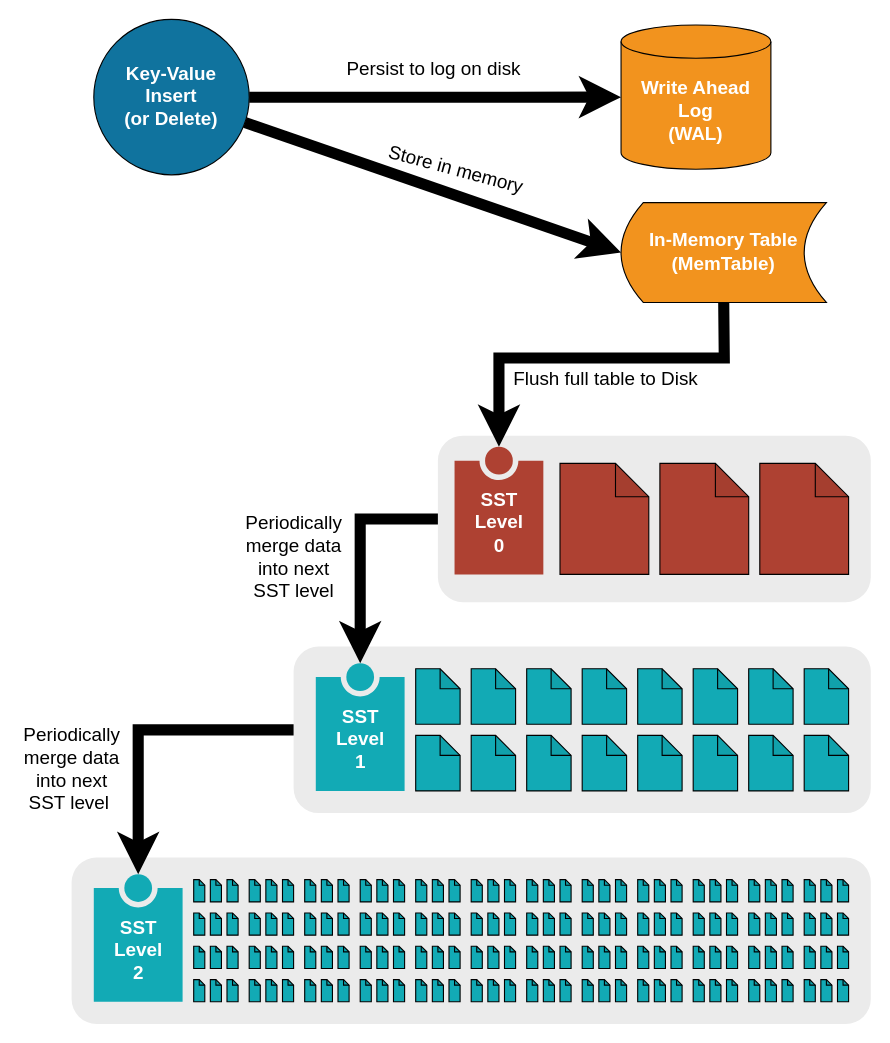
Before: page "Overview" (2 of 8) of docs/lsm.drawio in justinethier/keyva, a draw.io diagram. Source tidied: cells renumbered, new cells numbered last; positions are measured from the earlier drawing's top-left corner, leaving out a move shared by most shapes. Both pictures are drawn from the tidied source at 111%, with x=0, y=0 at pixel (71, 19).
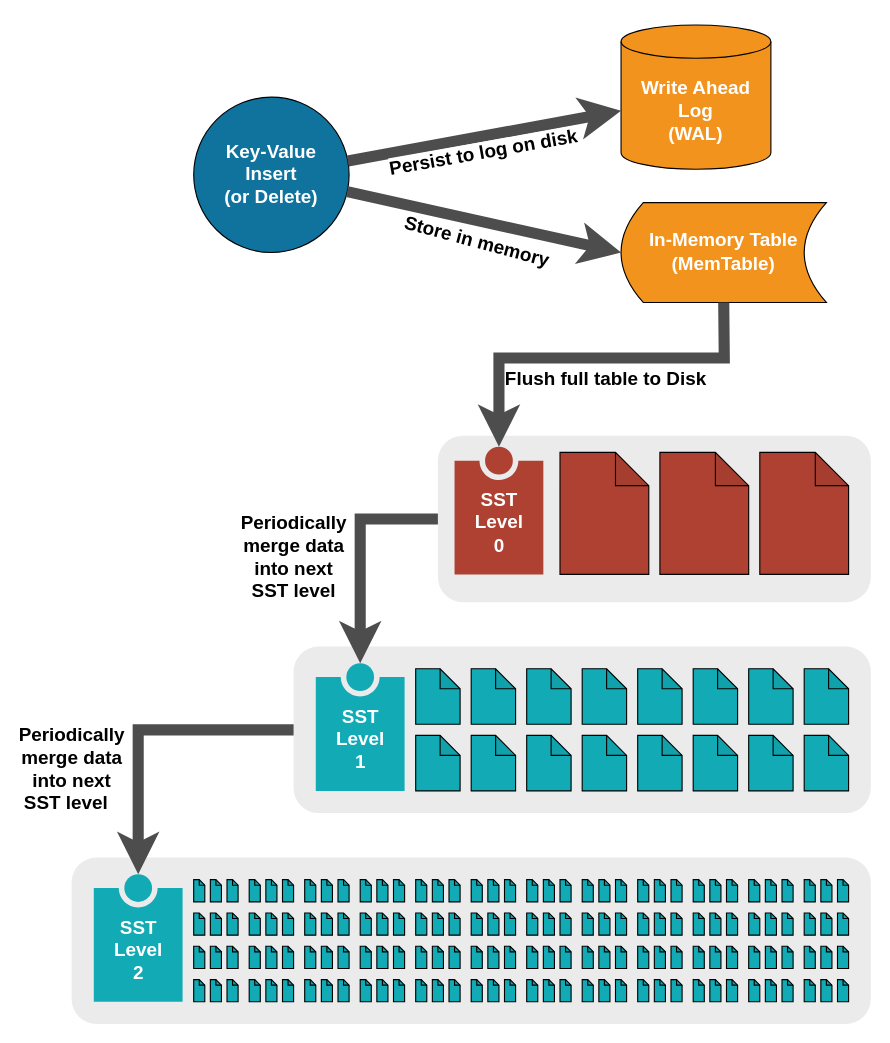
After the change.

Unchanged cells that the change refers to:
```xml
<mxCell id="3" style="rounded=1;whiteSpace=wrap;html=1;fillColor=#EBEBEB;dashed=1;strokeColor=none;" parent="1" vertex="1">
  <mxGeometry x="200" y="565" width="520" height="150" as="geometry" />
</mxCell>
<mxCell id="4" style="rounded=1;whiteSpace=wrap;html=1;fillColor=#EBEBEB;dashed=1;strokeWidth=5;strokeColor=none;" parent="1" vertex="1">
  <mxGeometry x="330" y="375" width="390" height="150" as="geometry" />
</mxCell>
<mxCell id="5" value="Write Ahead Log&lt;br style=&quot;font-size: 17px;&quot;&gt;(WAL)" style="shape=cylinder3;whiteSpace=wrap;html=1;boundedLbl=1;backgroundOutline=1;size=15;fillColor=#F2931E;fontColor=#FFFFFF;fontSize=17;fontStyle=1;" parent="1" vertex="1">
  <mxGeometry x="495" y="5" width="135" height="130" as="geometry" />
</mxCell>
<mxCell id="6" value="In-Memory Table&lt;br style=&quot;font-size: 17px;&quot;&gt;(MemTable)" style="shape=dataStorage;whiteSpace=wrap;html=1;fixedSize=1;fillColor=#F2931E;fontColor=#FFFFFF;fontSize=17;fontStyle=1;" parent="1" vertex="1">
  <mxGeometry x="495" y="165" width="185" height="90" as="geometry" />
</mxCell>
<mxCell id="152" value="&lt;div&gt;SST&lt;/div&gt;&lt;div&gt;Level&lt;/div&gt;&lt;div&gt;0&lt;br&gt;&lt;/div&gt;" style="verticalLabelPosition=middle;verticalAlign=top;html=1;shape=mxgraph.infographic.numberedEntryVert;dy=25;fillColor=#AE4132;strokeColor=none;fontSize=17;fontColor=#FFFFFF;align=center;labelPosition=center;spacingTop=32;fontStyle=1;" parent="1" vertex="1">
  <mxGeometry x="345" y="385" width="80" height="115" as="geometry" />
</mxCell>
<mxCell id="153" value="&lt;div&gt;SST&lt;/div&gt;&lt;div&gt;Level&lt;/div&gt;1" style="verticalLabelPosition=middle;verticalAlign=top;html=1;shape=mxgraph.infographic.numberedEntryVert;dy=25;fillColor=#12AAB5;strokeColor=none;fontSize=17;fontColor=#FFFFFF;align=center;labelPosition=center;spacingTop=32;fontStyle=1;" parent="1" vertex="1">
  <mxGeometry x="220" y="580" width="80" height="115" as="geometry" />
</mxCell>
<mxCell id="154" value="&lt;div&gt;SST&lt;/div&gt;&lt;div&gt;Level&lt;/div&gt;2" style="verticalLabelPosition=middle;verticalAlign=top;html=1;shape=mxgraph.infographic.numberedEntryVert;dy=25;fillColor=#12AAB5;strokeColor=none;fontSize=17;fontColor=#FFFFFF;align=center;labelPosition=center;spacingTop=32;fontStyle=1;" parent="1" vertex="1">
  <mxGeometry x="20" y="770" width="80" height="115" as="geometry" />
</mxCell>
```

Diff of the diagram source:
```diff
@@
     <mxCell id="7" value="&lt;div style=&quot;font-size: 17px;&quot;&gt;Key-Value&lt;/div&gt;&lt;div style=&quot;font-size: 17px;&quot;&gt;Insert&lt;/div&gt;&lt;div style=&quot;font-size: 17px;&quot;&gt;(or Delete)&lt;br style=&quot;font-size: 17px;&quot;&gt;&lt;/div&gt;" style="ellipse;whiteSpace=wrap;html=1;fillColor=#10739E;fontColor=#FFFFFF;fontSize=17;fontStyle=1;" parent="1" vertex="1">
-      <mxGeometry x="20" width="140" height="140" as="geometry" />
+      <mxGeometry x="110" y="70" width="140" height="140" as="geometry" />
     </mxCell>
     <mxCell id="8" style="shape=note;whiteSpace=wrap;html=1;backgroundOutline=1;darkOpacity=0.05;fillColor=#AE4132;" parent="1" vertex="1">
-      <mxGeometry x="620" y="400" width="80" height="100" as="geometry" />
+      <mxGeometry x="620" y="390" width="80" height="110" as="geometry" />
     </mxCell>
     <mxCell id="9" style="shape=note;whiteSpace=wrap;html=1;backgroundOutline=1;darkOpacity=0.05;fillColor=#AE4132;" parent="1" vertex="1">
-      <mxGeometry x="530" y="400" width="80" height="100" as="geometry" />
+      <mxGeometry x="530" y="390" width="80" height="110" as="geometry" />
     </mxCell>
     <mxCell id="10" value="&lt;div style=&quot;font-size: 12px&quot;&gt;&lt;br&gt;&lt;/div&gt;" style="shape=note;whiteSpace=wrap;html=1;backgroundOutline=1;darkOpacity=0.05;fillColor=#AE4132;fontColor=#FFFFFF;fontSize=12;fontStyle=1;" parent="1" vertex="1">
-      <mxGeometry x="440" y="400" width="80" height="100" as="geometry" />
+      <mxGeometry x="440" y="390" width="80" height="110" as="geometry" />
     </mxCell>
@@
-    <mxCell id="12" style="endArrow=classic;html=1;rounded=0;strokeWidth=10;" parent="1" edge="1" source="7" target="5">
+    <mxCell id="12" style="endArrow=classic;html=1;rounded=0;strokeWidth=10;strokeColor=#4D4D4D;" parent="1" edge="1" source="7" target="5">
       <mxGeometry relative="1" as="geometry" />
     </mxCell>
-    <mxCell id="13" value="&lt;div&gt;Persist to log on disk&lt;/div&gt;" style="edgeLabel;html=1;align=center;verticalAlign=middle;fontSize=17;" parent="12" vertex="1">
+    <mxCell id="13" value="&lt;div&gt;Persist to log on disk&lt;/div&gt;" style="edgeLabel;html=1;align=center;verticalAlign=middle;fontSize=17;rotation=-10;fontStyle=1;" parent="12" vertex="1">
       <mxGeometry x="-0.32" y="-3" relative="1" as="geometry">
-        <mxPoint x="51" y="-28" as="offset" />
+        <mxPoint x="37" y="5" as="offset" />
       </mxGeometry>
     </mxCell>
-    <mxCell id="14" style="endArrow=classic;html=1;rounded=0;strokeWidth=10;entryX=0;entryY=0.5;entryDx=0;entryDy=0;" parent="1" edge="1" source="7" target="6">
+    <mxCell id="14" style="endArrow=classic;html=1;rounded=0;strokeWidth=10;entryX=0;entryY=0.5;entryDx=0;entryDy=0;strokeColor=#4D4D4D;" parent="1" edge="1" source="7" target="6">
       <mxGeometry relative="1" as="geometry" />
     </mxCell>
-    <mxCell id="15" value="Store in memory" style="edgeLabel;html=1;align=center;verticalAlign=middle;fontSize=17;rotation=15;" parent="14" vertex="1">
+    <mxCell id="15" value="Store in memory" style="edgeLabel;html=1;align=center;verticalAlign=middle;fontSize=17;rotation=15;fontStyle=1;" parent="14" vertex="1">
       <mxGeometry x="-0.16" y="-1" relative="1" as="geometry">
-        <mxPoint x="47" y="-8" as="offset" />
+        <mxPoint x="13" y="21" as="offset" />
       </mxGeometry>
     </mxCell>
-    <mxCell id="16" value="Flush full table to Disk" style="endArrow=classic;html=1;rounded=0;strokeWidth=10;exitX=0.5;exitY=1;exitDx=0;exitDy=0;entryX=0.5;entryY=0;entryDx=0;entryDy=0;entryPerimeter=0;fontSize=17;" parent="1" edge="1" source="6" target="152">
+    <mxCell id="16" value="Flush full table to Disk" style="endArrow=classic;html=1;rounded=0;strokeWidth=10;exitX=0.5;exitY=1;exitDx=0;exitDy=0;entryX=0.5;entryY=0;entryDx=0;entryDy=0;entryPerimeter=0;fontSize=17;strokeColor=#4D4D4D;fontStyle=1;" parent="1" edge="1" source="6" target="152">
       <mxGeometry x="-0.06" y="20" relative="1" as="geometry">
         <Array as="points">
           <mxPoint x="588" y="305" />
           <mxPoint x="385" y="305" />
         </Array>
       </mxGeometry>
     </mxCell>
@@
-    <mxCell id="179" value="&lt;div&gt;Periodically&lt;/div&gt;&lt;div&gt;merge data&lt;/div&gt;&lt;div&gt;into next&lt;/div&gt;&lt;div&gt;SST level&lt;/div&gt;" style="endArrow=classic;html=1;rounded=0;strokeWidth=10;exitX=0;exitY=0.5;exitDx=0;exitDy=0;fontSize=17;" parent="1" edge="1" source="4" target="153">
+    <mxCell id="179" value="&lt;div&gt;Periodically&lt;/div&gt;&lt;div&gt;merge data&lt;/div&gt;&lt;div&gt;into next&lt;/div&gt;&lt;div&gt;SST level&lt;/div&gt;" style="endArrow=classic;html=1;rounded=0;strokeWidth=10;exitX=0;exitY=0.5;exitDx=0;exitDy=0;fontSize=17;strokeColor=#4D4D4D;fontStyle=1;" parent="1" edge="1" source="4" target="153">
       <mxGeometry x="0.05" y="-60" relative="1" as="geometry">
         <Array as="points">
           <mxPoint x="260" y="450" />
         </Array>
       </mxGeometry>
     </mxCell>
-    <mxCell id="180" value="&lt;div&gt;Periodically &lt;br&gt;&lt;/div&gt;&lt;div&gt;merge data&lt;/div&gt;&lt;div&gt;into next&lt;/div&gt;&lt;div align=&quot;justify&quot;&gt;&amp;nbsp;SST level&lt;/div&gt;" style="endArrow=classic;html=1;rounded=0;strokeWidth=10;exitX=0;exitY=0.5;exitDx=0;exitDy=0;fontSize=17;entryX=0.5;entryY=0;entryDx=0;entryDy=0;entryPerimeter=0;" parent="1" edge="1" source="3" target="154">
+    <mxCell id="180" value="&lt;div&gt;Periodically &lt;br&gt;&lt;/div&gt;&lt;div&gt;merge data&lt;/div&gt;&lt;div&gt;into next&lt;/div&gt;&lt;div align=&quot;justify&quot;&gt;&amp;nbsp;SST level&lt;/div&gt;" style="endArrow=classic;html=1;rounded=0;strokeWidth=10;exitX=0;exitY=0.5;exitDx=0;exitDy=0;fontSize=17;entryX=0.5;entryY=0;entryDx=0;entryDy=0;entryPerimeter=0;strokeColor=#4D4D4D;fontStyle=1;" parent="1" edge="1" source="3" target="154">
       <mxGeometry x="0.3" y="-60" relative="1" as="geometry">
         <Array as="points">
           <mxPoint x="60" y="640" />
         </Array>
       </mxGeometry>
     </mxCell>
```
